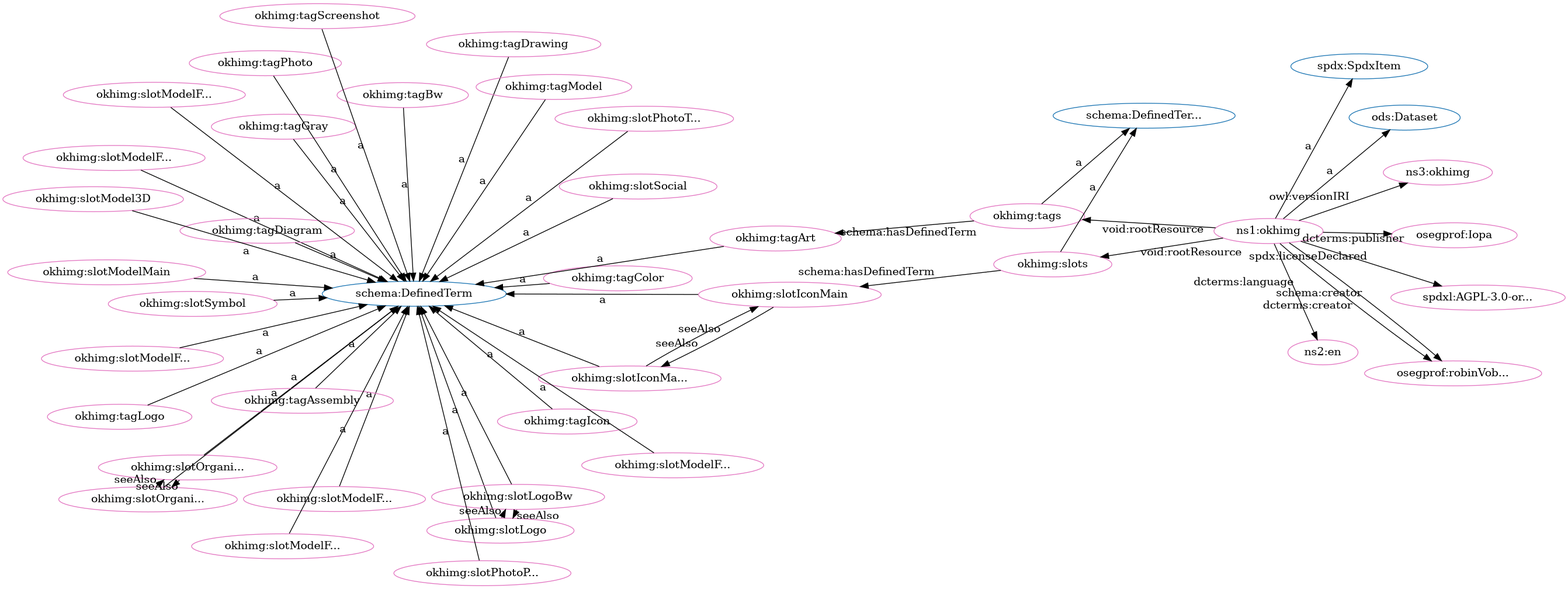
The Graphviz diagram src/spec/dot_okh-img-clean.png in iop-alliance/OpenKnowHow, before a commit. Its source is kept beside it as src/spec/dot_okh-img-clean.dot.
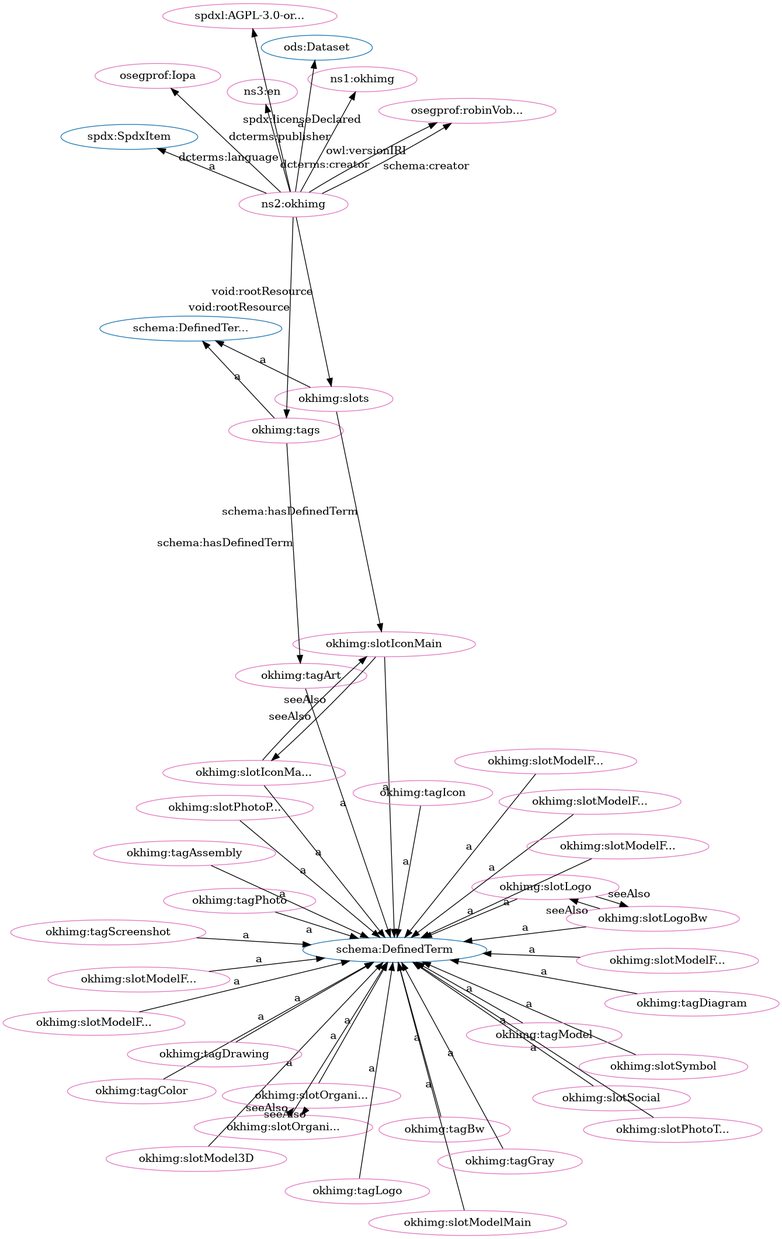
After the change.

The edit, as a diff of the source:
```diff
@@ -1,96 +1,96 @@
 digraph G {
   rankdir=BT
   node[height=.3]
+"http://schema.org/DefinedTermSet" [fillcolor="#1f77b4" color="#1f77b4" label="schema:DefinedTer..."]
+"http://w3id.org/oseg/ont/ods#Dataset" [fillcolor="#1f77b4" color="#1f77b4" label="ods:Dataset"]
 "http://schema.org/DefinedTerm" [fillcolor="#1f77b4" color="#1f77b4" label="schema:DefinedTerm"]
-"http://w3id.org/oseg/ont/ods#Dataset" [fillcolor="#1f77b4" color="#1f77b4" label="ods:Dataset"]
-"http://schema.org/DefinedTermSet" [fillcolor="#1f77b4" color="#1f77b4" label="schema:DefinedTer..."]
 "http://spdx.org/rdf/terms#SpdxItem" [fillcolor="#1f77b4" color="#1f77b4" label="spdx:SpdxItem"]
-"http://w3id.org/oseg/ont/okhimg#tags" [fillcolor="#e377c2" color="#e377c2" label="okhimg:tags"]
-"http://w3id.org/oseg/ont/okhimg#slotOrganizationLogo" [fillcolor="#e377c2" color="#e377c2" label="okhimg:slotOrgani..."]
-"http://w3id.org/oseg/ont/okhimg#tagBw" [fillcolor="#e377c2" color="#e377c2" label="okhimg:tagBw"]
-"http://w3id.org/oseg/ont/oseg-profiles#robinVobruba" [fillcolor="#e377c2" color="#e377c2" label="osegprof:robinVob..."]
-"http://w3id.org/oseg/ont/okhimg#slotLogo" [fillcolor="#e377c2" color="#e377c2" label="okhimg:slotLogo"]
-"http://spdx.org/licenses/AGPL-3.0-or-later" [fillcolor="#e377c2" color="#e377c2" label="spdxl:AGPL-3.0-or..."]
-"http://w3id.org/oseg/ont/okhimg#slotLogoBw" [fillcolor="#e377c2" color="#e377c2" label="okhimg:slotLogoBw"]
-"http://w3id.org/oseg/ont/okhimg#slotModelFromRight" [fillcolor="#e377c2" color="#e377c2" label="okhimg:slotModelF..."]
+"http://w3id.org/oseg/ont/okhimg#slotModel3D" [fillcolor="#e377c2" color="#e377c2" label="okhimg:slotModel3D"]
+"http://w3id.org/oseg/ont/okhimg#tagArt" [fillcolor="#e377c2" color="#e377c2" label="okhimg:tagArt"]
+"http://w3id.org/oseg/ont/okhimg#tagDiagram" [fillcolor="#e377c2" color="#e377c2" label="okhimg:tagDiagram"]
+"http://w3id.org/oseg/ont/okhimg#slotModelFromBack" [fillcolor="#e377c2" color="#e377c2" label="okhimg:slotModelF..."]
+"http://w3id.org/oseg/ont/okhimg#slotModelFromBelow" [fillcolor="#e377c2" color="#e377c2" label="okhimg:slotModelF..."]
+"http://w3id.org/oseg/ont/okhimg#slotOrganizationLogoBw" [fillcolor="#e377c2" color="#e377c2" label="okhimg:slotOrgani..."]
+"http://w3id.org/oseg/ont/okhimg#slotSymbol" [fillcolor="#e377c2" color="#e377c2" label="okhimg:slotSymbol"]
+"http://w3id.org/oseg/ont/okhimg#tagScreenshot" [fillcolor="#e377c2" color="#e377c2" label="okhimg:tagScreenshot"]
 "http://w3id.org/oseg/ont/oseg-profiles#Iopa" [fillcolor="#e377c2" color="#e377c2" label="osegprof:Iopa"]
 "http://w3id.org/oseg/ont/okhimg#slotIconMain" [fillcolor="#e377c2" color="#e377c2" label="okhimg:slotIconMain"]
-"http://w3id.org/oseg/ont/okhimg#slotSocial" [fillcolor="#e377c2" color="#e377c2" label="okhimg:slotSocial"]
-"http://w3id.org/oseg/ont/okhimg" [fillcolor="#e377c2" color="#e377c2" label="ns1:okhimg"]
+"http://w3id.org/oseg/ont/0.1.0/okhimg" [fillcolor="#e377c2" color="#e377c2" label="ns1:okhimg"]
+"http://w3id.org/oseg/ont/okhimg#slotModelFromLeft" [fillcolor="#e377c2" color="#e377c2" label="okhimg:slotModelF..."]
+"http://w3id.org/oseg/ont/oseg-profiles#robinVobruba" [fillcolor="#e377c2" color="#e377c2" label="osegprof:robinVob..."]
+"http://w3id.org/oseg/ont/okhimg" [fillcolor="#e377c2" color="#e377c2" label="ns2:okhimg"]
+"http://w3id.org/oseg/ont/okhimg#slotPhotoPackaging" [fillcolor="#e377c2" color="#e377c2" label="okhimg:slotPhotoP..."]
 "http://w3id.org/oseg/ont/okhimg#tagIcon" [fillcolor="#e377c2" color="#e377c2" label="okhimg:tagIcon"]
-"http://w3id.org/oseg/ont/okhimg#slotModelFromBelow" [fillcolor="#e377c2" color="#e377c2" label="okhimg:slotModelF..."]
-"http://id.loc.gov/vocabulary/iso639-1/en" [fillcolor="#e377c2" color="#e377c2" label="ns2:en"]
-"http://w3id.org/oseg/ont/okhimg#slotModelMain" [fillcolor="#e377c2" color="#e377c2" label="okhimg:slotModelMain"]
-"http://w3id.org/oseg/ont/okhimg#slots" [fillcolor="#e377c2" color="#e377c2" label="okhimg:slots"]
-"http://w3id.org/oseg/ont/okhimg#slotPhotoPackaging" [fillcolor="#e377c2" color="#e377c2" label="okhimg:slotPhotoP..."]
-"http://w3id.org/oseg/ont/okhimg#tagAssembly" [fillcolor="#e377c2" color="#e377c2" label="okhimg:tagAssembly"]
-"http://w3id.org/oseg/ont/okhimg#tagDiagram" [fillcolor="#e377c2" color="#e377c2" label="okhimg:tagDiagram"]
-"http://w3id.org/oseg/ont/okhimg#tagGray" [fillcolor="#e377c2" color="#e377c2" label="okhimg:tagGray"]
-"http://w3id.org/oseg/ont/okhimg#slotModelFromLeft" [fillcolor="#e377c2" color="#e377c2" label="okhimg:slotModelF..."]
 "http://w3id.org/oseg/ont/okhimg#tagColor" [fillcolor="#e377c2" color="#e377c2" label="okhimg:tagColor"]
 "http://w3id.org/oseg/ont/okhimg#tagPhoto" [fillcolor="#e377c2" color="#e377c2" label="okhimg:tagPhoto"]
+"http://w3id.org/oseg/ont/okhimg#tagBw" [fillcolor="#e377c2" color="#e377c2" label="okhimg:tagBw"]
+"http://w3id.org/oseg/ont/okhimg#tagModel" [fillcolor="#e377c2" color="#e377c2" label="okhimg:tagModel"]
+"http://w3id.org/oseg/ont/okhimg#slotModelFromFront" [fillcolor="#e377c2" color="#e377c2" label="okhimg:slotModelF..."]
 "http://w3id.org/oseg/ont/okhimg#tagDrawing" [fillcolor="#e377c2" color="#e377c2" label="okhimg:tagDrawing"]
-"http://w3id.org/oseg/ont/okhimg#slotModelFromBack" [fillcolor="#e377c2" color="#e377c2" label="okhimg:slotModelF..."]
-"http://w3id.org/oseg/ont/okhimg#slotModel3D" [fillcolor="#e377c2" color="#e377c2" label="okhimg:slotModel3D"]
-"http://w3id.org/oseg/ont/okhimg#tagModel" [fillcolor="#e377c2" color="#e377c2" label="okhimg:tagModel"]
-"http://w3id.org/oseg/ont/okhimg#tagArt" [fillcolor="#e377c2" color="#e377c2" label="okhimg:tagArt"]
-"http://w3id.org/oseg/ont/0.1.0/okhimg" [fillcolor="#e377c2" color="#e377c2" label="ns3:okhimg"]
+"http://w3id.org/oseg/ont/okhimg#slotLogo" [fillcolor="#e377c2" color="#e377c2" label="okhimg:slotLogo"]
+"http://w3id.org/oseg/ont/okhimg#slotModelFromAbove" [fillcolor="#e377c2" color="#e377c2" label="okhimg:slotModelF..."]
+"http://w3id.org/oseg/ont/okhimg#slotSocial" [fillcolor="#e377c2" color="#e377c2" label="okhimg:slotSocial"]
+"http://w3id.org/oseg/ont/okhimg#slotLogoBw" [fillcolor="#e377c2" color="#e377c2" label="okhimg:slotLogoBw"]
+"http://id.loc.gov/vocabulary/iso639-1/en" [fillcolor="#e377c2" color="#e377c2" label="ns3:en"]
+"http://w3id.org/oseg/ont/okhimg#slots" [fillcolor="#e377c2" color="#e377c2" label="okhimg:slots"]
+"http://w3id.org/oseg/ont/okhimg#slotOrganizationLogo" [fillcolor="#e377c2" color="#e377c2" label="okhimg:slotOrgani..."]
+"http://w3id.org/oseg/ont/okhimg#tags" [fillcolor="#e377c2" color="#e377c2" label="okhimg:tags"]
 "http://w3id.org/oseg/ont/okhimg#slotIconMainBw" [fillcolor="#e377c2" color="#e377c2" label="okhimg:slotIconMa..."]
-"http://w3id.org/oseg/ont/okhimg#slotOrganizationLogoBw" [fillcolor="#e377c2" color="#e377c2" label="okhimg:slotOrgani..."]
-"http://w3id.org/oseg/ont/okhimg#slotModelFromFront" [fillcolor="#e377c2" color="#e377c2" label="okhimg:slotModelF..."]
+"http://w3id.org/oseg/ont/okhimg#slotPhotoThingMain" [fillcolor="#e377c2" color="#e377c2" label="okhimg:slotPhotoT..."]
 "http://w3id.org/oseg/ont/okhimg#tagLogo" [fillcolor="#e377c2" color="#e377c2" label="okhimg:tagLogo"]
-"http://w3id.org/oseg/ont/okhimg#slotModelFromAbove" [fillcolor="#e377c2" color="#e377c2" label="okhimg:slotModelF..."]
-"http://w3id.org/oseg/ont/okhimg#tagScreenshot" [fillcolor="#e377c2" color="#e377c2" label="okhimg:tagScreenshot"]
-"http://w3id.org/oseg/ont/okhimg#slotSymbol" [fillcolor="#e377c2" color="#e377c2" label="okhimg:slotSymbol"]
-"http://w3id.org/oseg/ont/okhimg#slotPhotoThingMain" [fillcolor="#e377c2" color="#e377c2" label="okhimg:slotPhotoT..."]
+"http://w3id.org/oseg/ont/okhimg#slotModelFromRight" [fillcolor="#e377c2" color="#e377c2" label="okhimg:slotModelF..."]
+"http://w3id.org/oseg/ont/okhimg#tagAssembly" [fillcolor="#e377c2" color="#e377c2" label="okhimg:tagAssembly"]
+"http://w3id.org/oseg/ont/okhimg#slotModelMain" [fillcolor="#e377c2" color="#e377c2" label="okhimg:slotModelMain"]
+"http://spdx.org/licenses/AGPL-3.0-or-later" [fillcolor="#e377c2" color="#e377c2" label="spdxl:AGPL-3.0-or..."]
+"http://w3id.org/oseg/ont/okhimg#tagGray" [fillcolor="#e377c2" color="#e377c2" label="okhimg:tagGray"]
+  "http://w3id.org/oseg/ont/okhimg#tags" -> "http://w3id.org/oseg/ont/okhimg#tagArt" [label="schema:hasDefinedTerm"]
+  "http://w3id.org/oseg/ont/okhimg#slotModel3D" -> "http://schema.org/DefinedTerm" [label="a"]
+  "http://w3id.org/oseg/ont/okhimg#tagDiagram" -> "http://schema.org/DefinedTerm" [label="a"]
+  "http://w3id.org/oseg/ont/okhimg#slotModelFromBack" -> "http://schema.org/DefinedTerm" [label="a"]
+  "http://w3id.org/oseg/ont/okhimg#slotModelFromBelow" -> "http://schema.org/DefinedTerm" [label="a"]
+  "http://w3id.org/oseg/ont/okhimg#slotOrganizationLogoBw" -> "http://schema.org/DefinedTerm" [label="a"]
+  "http://w3id.org/oseg/ont/okhimg#slotSymbol" -> "http://schema.org/DefinedTerm" [label="a"]
+  "http://w3id.org/oseg/ont/okhimg#tagScreenshot" -> "http://schema.org/DefinedTerm" [label="a"]
+  "http://w3id.org/oseg/ont/okhimg" -> "http://w3id.org/oseg/ont/oseg-profiles#Iopa" [label="dcterms:publisher"]
+  "http://w3id.org/oseg/ont/okhimg#slotIconMain" -> "http://schema.org/DefinedTerm" [label="a"]
+  "http://w3id.org/oseg/ont/okhimg" -> "http://w3id.org/oseg/ont/0.1.0/okhimg" [label="owl:versionIRI"]
+  "http://w3id.org/oseg/ont/okhimg#slotModelFromLeft" -> "http://schema.org/DefinedTerm" [label="a"]
+  "http://w3id.org/oseg/ont/okhimg" -> "http://w3id.org/oseg/ont/oseg-profiles#robinVobruba" [label="dcterms:creator"]
+  "http://w3id.org/oseg/ont/okhimg" -> "http://spdx.org/rdf/terms#SpdxItem" [label="a"]
+  "http://w3id.org/oseg/ont/okhimg" -> "http://w3id.org/oseg/ont/ods#Dataset" [label="a"]
+  "http://w3id.org/oseg/ont/okhimg#slotPhotoPackaging" -> "http://schema.org/DefinedTerm" [label="a"]
+  "http://w3id.org/oseg/ont/okhimg#tagIcon" -> "http://schema.org/DefinedTerm" [label="a"]
   "http://w3id.org/oseg/ont/okhimg#slotIconMainBw" -> "http://w3id.org/oseg/ont/okhimg#slotIconMain" [label="seeAlso"]
+  "http://w3id.org/oseg/ont/okhimg#tagColor" -> "http://schema.org/DefinedTerm" [label="a"]
+  "http://w3id.org/oseg/ont/okhimg#tagPhoto" -> "http://schema.org/DefinedTerm" [label="a"]
+  "http://w3id.org/oseg/ont/okhimg#tagModel" -> "http://schema.org/DefinedTerm" [label="a"]
+  "http://w3id.org/oseg/ont/okhimg#tagBw" -> "http://schema.org/DefinedTerm" [label="a"]
+  "http://w3id.org/oseg/ont/okhimg#slotModelFromFront" -> "http://schema.org/DefinedTerm" [label="a"]
+  "http://w3id.org/oseg/ont/okhimg#tagDrawing" -> "http://schema.org/DefinedTerm" [label="a"]
+  "http://w3id.org/oseg/ont/okhimg" -> "http://w3id.org/oseg/ont/oseg-profiles#robinVobruba" [label="schema:creator"]
+  "http://w3id.org/oseg/ont/okhimg#slotLogo" -> "http://schema.org/DefinedTerm" [label="a"]
+  "http://w3id.org/oseg/ont/okhimg#slotModelFromAbove" -> "http://schema.org/DefinedTerm" [label="a"]
+  "http://w3id.org/oseg/ont/okhimg#slotSocial" -> "http://schema.org/DefinedTerm" [label="a"]
+  "http://w3id.org/oseg/ont/okhimg#slotLogo" -> "http://w3id.org/oseg/ont/okhimg#slotLogoBw" [label="seeAlso"]
+  "http://w3id.org/oseg/ont/okhimg" -> "http://id.loc.gov/vocabulary/iso639-1/en" [label="dcterms:language"]
+  "http://w3id.org/oseg/ont/okhimg#slotOrganizationLogo" -> "http://w3id.org/oseg/ont/okhimg#slotOrganizationLogoBw" [label="seeAlso"]
+  "http://w3id.org/oseg/ont/okhimg#slots" -> "http://schema.org/DefinedTermSet" [label="a"]
+  "http://w3id.org/oseg/ont/okhimg#slotLogoBw" -> "http://w3id.org/oseg/ont/okhimg#slotLogo" [label="seeAlso"]
+  "http://w3id.org/oseg/ont/okhimg#slotOrganizationLogo" -> "http://schema.org/DefinedTerm" [label="a"]
   "http://w3id.org/oseg/ont/okhimg" -> "http://w3id.org/oseg/ont/okhimg#tags" [label="void:rootResource"]
-  "http://w3id.org/oseg/ont/okhimg#slotOrganizationLogo" -> "http://schema.org/DefinedTerm" [label="a"]
-  "http://w3id.org/oseg/ont/okhimg#tagBw" -> "http://schema.org/DefinedTerm" [label="a"]
-  "http://w3id.org/oseg/ont/okhimg" -> "http://w3id.org/oseg/ont/oseg-profiles#robinVobruba" [label="schema:creator"]
-  "http://w3id.org/oseg/ont/okhimg#slotLogoBw" -> "http://w3id.org/oseg/ont/okhimg#slotLogo" [label="seeAlso"]
-  "http://w3id.org/oseg/ont/okhimg" -> "http://spdx.org/licenses/AGPL-3.0-or-later" [label="spdx:licenseDeclared"]
-  "http://w3id.org/oseg/ont/okhimg#slotLogo" -> "http://w3id.org/oseg/ont/okhimg#slotLogoBw" [label="seeAlso"]
-  "http://w3id.org/oseg/ont/okhimg#slotModelFromRight" -> "http://schema.org/DefinedTerm" [label="a"]
-  "http://w3id.org/oseg/ont/okhimg" -> "http://w3id.org/oseg/ont/oseg-profiles#Iopa" [label="dcterms:publisher"]
+  "http://w3id.org/oseg/ont/okhimg#slotIconMainBw" -> "http://schema.org/DefinedTerm" [label="a"]
+  "http://w3id.org/oseg/ont/okhimg#slotPhotoThingMain" -> "http://schema.org/DefinedTerm" [label="a"]
+  "http://w3id.org/oseg/ont/okhimg#tagArt" -> "http://schema.org/DefinedTerm" [label="a"]
+  "http://w3id.org/oseg/ont/okhimg#tags" -> "http://schema.org/DefinedTermSet" [label="a"]
   "http://w3id.org/oseg/ont/okhimg#slots" -> "http://w3id.org/oseg/ont/okhimg#slotIconMain" [label="schema:hasDefinedTerm"]
-  "http://w3id.org/oseg/ont/okhimg#slotSocial" -> "http://schema.org/DefinedTerm" [label="a"]
-  "http://w3id.org/oseg/ont/okhimg#slotLogo" -> "http://schema.org/DefinedTerm" [label="a"]
-  "http://w3id.org/oseg/ont/okhimg" -> "http://w3id.org/oseg/ont/ods#Dataset" [label="a"]
-  "http://w3id.org/oseg/ont/okhimg#tagIcon" -> "http://schema.org/DefinedTerm" [label="a"]
-  "http://w3id.org/oseg/ont/okhimg" -> "http://spdx.org/rdf/terms#SpdxItem" [label="a"]
-  "http://w3id.org/oseg/ont/okhimg#slotModelFromBelow" -> "http://schema.org/DefinedTerm" [label="a"]
-  "http://w3id.org/oseg/ont/okhimg" -> "http://id.loc.gov/vocabulary/iso639-1/en" [label="dcterms:language"]
-  "http://w3id.org/oseg/ont/okhimg#slotModelMain" -> "http://schema.org/DefinedTerm" [label="a"]
-  "http://w3id.org/oseg/ont/okhimg#slots" -> "http://schema.org/DefinedTermSet" [label="a"]
-  "http://w3id.org/oseg/ont/okhimg#slotPhotoPackaging" -> "http://schema.org/DefinedTerm" [label="a"]
-  "http://w3id.org/oseg/ont/okhimg#tagAssembly" -> "http://schema.org/DefinedTerm" [label="a"]
+  "http://w3id.org/oseg/ont/okhimg#slotLogoBw" -> "http://schema.org/DefinedTerm" [label="a"]
+  "http://w3id.org/oseg/ont/okhimg#tagLogo" -> "http://schema.org/DefinedTerm" [label="a"]
+  "http://w3id.org/oseg/ont/okhimg#slotIconMain" -> "http://w3id.org/oseg/ont/okhimg#slotIconMainBw" [label="seeAlso"]
   "http://w3id.org/oseg/ont/okhimg" -> "http://w3id.org/oseg/ont/okhimg#slots" [label="void:rootResource"]
   "http://w3id.org/oseg/ont/okhimg#slotOrganizationLogoBw" -> "http://w3id.org/oseg/ont/okhimg#slotOrganizationLogo" [label="seeAlso"]
-  "http://w3id.org/oseg/ont/okhimg#tagDiagram" -> "http://schema.org/DefinedTerm" [label="a"]
+  "http://w3id.org/oseg/ont/okhimg#tagAssembly" -> "http://schema.org/DefinedTerm" [label="a"]
+  "http://w3id.org/oseg/ont/okhimg#slotModelFromRight" -> "http://schema.org/DefinedTerm" [label="a"]
+  "http://w3id.org/oseg/ont/okhimg#slotModelMain" -> "http://schema.org/DefinedTerm" [label="a"]
+  "http://w3id.org/oseg/ont/okhimg" -> "http://spdx.org/licenses/AGPL-3.0-or-later" [label="spdx:licenseDeclared"]
   "http://w3id.org/oseg/ont/okhimg#tagGray" -> "http://schema.org/DefinedTerm" [label="a"]
-  "http://w3id.org/oseg/ont/okhimg#slotModelFromLeft" -> "http://schema.org/DefinedTerm" [label="a"]
-  "http://w3id.org/oseg/ont/okhimg#slotIconMain" -> "http://schema.org/DefinedTerm" [label="a"]
-  "http://w3id.org/oseg/ont/okhimg#tagColor" -> "http://schema.org/DefinedTerm" [label="a"]
-  "http://w3id.org/oseg/ont/okhimg#tagPhoto" -> "http://schema.org/DefinedTerm" [label="a"]
-  "http://w3id.org/oseg/ont/okhimg#tagDrawing" -> "http://schema.org/DefinedTerm" [label="a"]
-  "http://w3id.org/oseg/ont/okhimg#slotModelFromBack" -> "http://schema.org/DefinedTerm" [label="a"]
-  "http://w3id.org/oseg/ont/okhimg#slotModel3D" -> "http://schema.org/DefinedTerm" [label="a"]
-  "http://w3id.org/oseg/ont/okhimg" -> "http://w3id.org/oseg/ont/oseg-profiles#robinVobruba" [label="dcterms:creator"]
-  "http://w3id.org/oseg/ont/okhimg#tagModel" -> "http://schema.org/DefinedTerm" [label="a"]
-  "http://w3id.org/oseg/ont/okhimg#tags" -> "http://w3id.org/oseg/ont/okhimg#tagArt" [label="schema:hasDefinedTerm"]
-  "http://w3id.org/oseg/ont/okhimg" -> "http://w3id.org/oseg/ont/0.1.0/okhimg" [label="owl:versionIRI"]
-  "http://w3id.org/oseg/ont/okhimg#slotIconMain" -> "http://w3id.org/oseg/ont/okhimg#slotIconMainBw" [label="seeAlso"]
-  "http://w3id.org/oseg/ont/okhimg#tags" -> "http://schema.org/DefinedTermSet" [label="a"]
-  "http://w3id.org/oseg/ont/okhimg#slotOrganizationLogoBw" -> "http://schema.org/DefinedTerm" [label="a"]
-  "http://w3id.org/oseg/ont/okhimg#slotModelFromFront" -> "http://schema.org/DefinedTerm" [label="a"]
-  "http://w3id.org/oseg/ont/okhimg#tagLogo" -> "http://schema.org/DefinedTerm" [label="a"]
-  "http://w3id.org/oseg/ont/okhimg#slotModelFromAbove" -> "http://schema.org/DefinedTerm" [label="a"]
-  "http://w3id.org/oseg/ont/okhimg#tagScreenshot" -> "http://schema.org/DefinedTerm" [label="a"]
-  "http://w3id.org/oseg/ont/okhimg#slotSymbol" -> "http://schema.org/DefinedTerm" [label="a"]
-  "http://w3id.org/oseg/ont/okhimg#slotOrganizationLogo" -> "http://w3id.org/oseg/ont/okhimg#slotOrganizationLogoBw" [label="seeAlso"]
-  "http://w3id.org/oseg/ont/okhimg#slotIconMainBw" -> "http://schema.org/DefinedTerm" [label="a"]
-  "http://w3id.org/oseg/ont/okhimg#slotLogoBw" -> "http://schema.org/DefinedTerm" [label="a"]
-  "http://w3id.org/oseg/ont/okhimg#tagArt" -> "http://schema.org/DefinedTerm" [label="a"]
-  "http://w3id.org/oseg/ont/okhimg#slotPhotoThingMain" -> "http://schema.org/DefinedTerm" [label="a"]
 }
```
